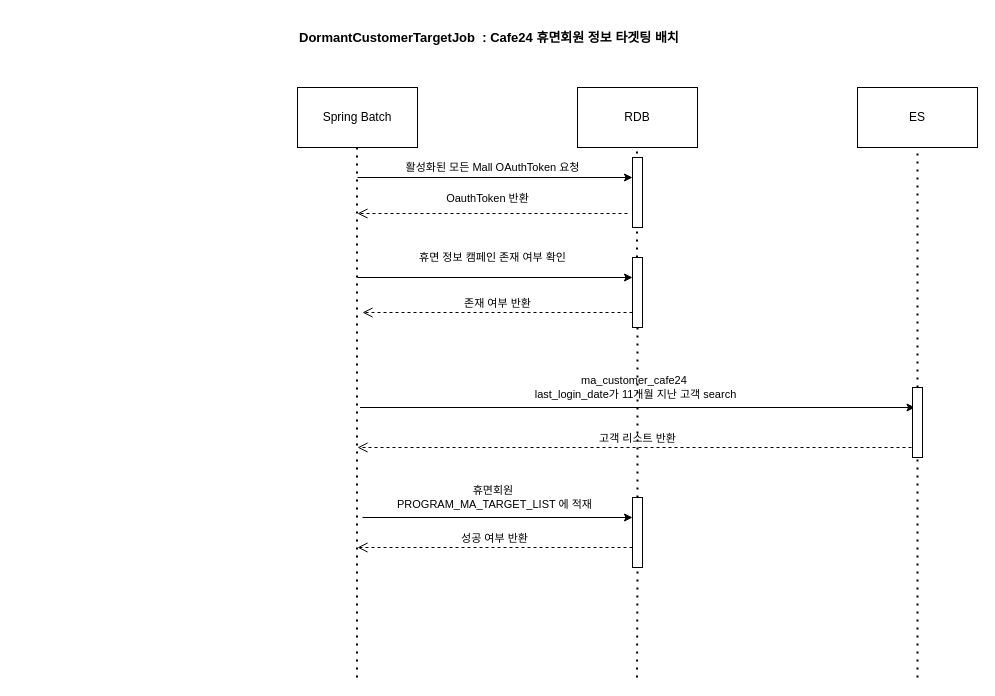
Earlier version of the draw.io diagram 휴면회원.drawio (jaero0725/draw_io). Source tidied: cells renumbered, new cells numbered last; positions are measured from the earlier drawing's top-left corner, leaving out a move shared by most shapes. Both pictures are drawn from the tidied source at 100%, with x=0, y=0 at pixel (297, 17).
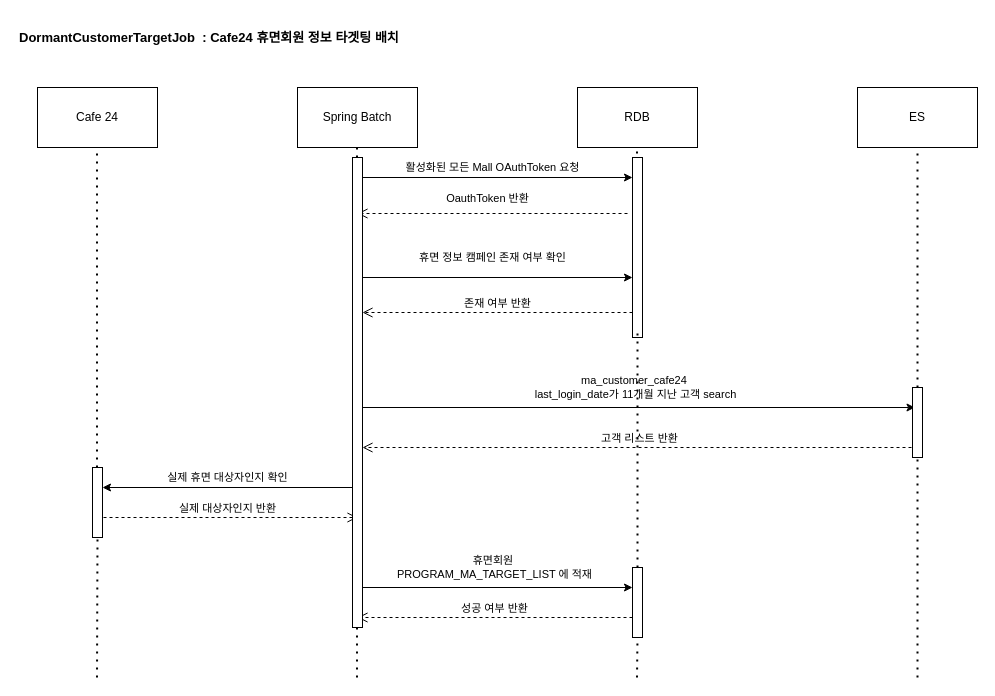
After the change.

Commit message:
휴면회원.drawio 업데이트

What changed in the source:
```diff
@@
     <mxCell id="8" value="휴면회원&amp;nbsp;&lt;br&gt;PROGRAM_MA_TARGET_LIST 에 적재" style="endArrow=classic;html=1;rounded=0;" parent="1" edge="1" target="23">
       <mxGeometry x="-0.02" y="20" relative="1" as="geometry">
-        <mxPoint x="65" y="500" as="sourcePoint" />
+        <mxPoint x="65" y="570" as="sourcePoint" />
       </mxGeometry>
     </mxCell>
-    <mxCell id="9" value="고객 리스트 반환" style="html=1;verticalAlign=bottom;endArrow=open;dashed=1;endSize=8;curved=0;rounded=0;" parent="1" edge="1">
+    <mxCell id="9" value="고객 리스트 반환" style="html=1;verticalAlign=bottom;endArrow=open;dashed=1;endSize=8;curved=0;rounded=0;" parent="1" edge="1" target="30">
       <mxGeometry relative="1" as="geometry">
         <mxPoint x="620" y="430" as="sourcePoint" />
-        <mxPoint x="60" y="430" as="targetPoint" />
       </mxGeometry>
     </mxCell>
     <mxCell id="10" value="DormantCustomerTargetJob&amp;nbsp; : Cafe24 휴면회원 정보 타겟팅 배치&amp;nbsp;" style="text;strokeColor=none;align=left;fillColor=none;html=1;verticalAlign=middle;whiteSpace=wrap;rounded=0;fontStyle=1;fontSize=13;" parent="1" vertex="1">
-      <mxGeometry width="430" height="40" as="geometry" />
+      <mxGeometry x="-280" width="430" height="40" as="geometry" />
     </mxCell>
@@
-    <mxCell id="12" style="endArrow=none;dashed=1;html=1;dashPattern=1 3;strokeWidth=2;rounded=0;entryX=0.5;entryY=1;entryDx=0;entryDy=0;" parent="1" edge="1" source="18">
+    <mxCell id="12" style="endArrow=none;dashed=1;html=1;dashPattern=1 3;strokeWidth=2;rounded=0;entryX=0.5;entryY=1;entryDx=0;entryDy=0;" parent="1" edge="1">
       <mxGeometry relative="1" as="geometry">
+        <mxPoint x="339.5" y="240" as="sourcePoint" />
         <mxPoint x="339.5" y="130" as="targetPoint" />
       </mxGeometry>
     </mxCell>
@@
     <mxCell id="16" style="html=1;points=[[0,0,0,0,5],[0,1,0,0,-5],[1,0,0,0,5],[1,1,0,0,-5]];perimeter=orthogonalPerimeter;outlineConnect=0;targetShapes=umlLifeline;portConstraint=eastwest;newEdgeStyle={&quot;curved&quot;:0,&quot;rounded&quot;:0};" parent="1" vertex="1">
-      <mxGeometry x="335" y="140" width="10" height="70" as="geometry" />
+      <mxGeometry x="335" y="140" width="10" height="180" as="geometry" />
     </mxCell>
-    <mxCell id="17" style="endArrow=none;dashed=1;html=1;dashPattern=1 3;strokeWidth=2;rounded=0;entryX=0.5;entryY=1;entryDx=0;entryDy=0;" parent="1" edge="1" source="23" target="18">
-      <mxGeometry relative="1" as="geometry" />
+    <mxCell id="17" style="endArrow=none;dashed=1;html=1;dashPattern=1 3;strokeWidth=2;rounded=0;entryX=0.5;entryY=1;entryDx=0;entryDy=0;" parent="1" edge="1" source="23">
+      <mxGeometry relative="1" as="geometry">
+        <mxPoint x="340" y="310" as="targetPoint" />
+      </mxGeometry>
     </mxCell>
-    <mxCell id="18" style="html=1;points=[[0,0,0,0,5],[0,1,0,0,-5],[1,0,0,0,5],[1,1,0,0,-5]];perimeter=orthogonalPerimeter;outlineConnect=0;targetShapes=umlLifeline;portConstraint=eastwest;newEdgeStyle={&quot;curved&quot;:0,&quot;rounded&quot;:0};" parent="1" vertex="1">
-      <mxGeometry x="335" y="240" width="10" height="70" as="geometry" />
-    </mxCell>
@@
     <mxCell id="21" value="성공 여부 반환" style="html=1;verticalAlign=bottom;endArrow=open;dashed=1;endSize=8;curved=0;rounded=0;" parent="1" edge="1">
       <mxGeometry relative="1" as="geometry">
-        <mxPoint x="335" y="530" as="sourcePoint" />
-        <mxPoint x="60" y="530" as="targetPoint" />
+        <mxPoint x="335" y="600" as="sourcePoint" />
+        <mxPoint x="60" y="600" as="targetPoint" />
       </mxGeometry>
     </mxCell>
@@
     <mxCell id="23" style="html=1;points=[[0,0,0,0,5],[0,1,0,0,-5],[1,0,0,0,5],[1,1,0,0,-5]];perimeter=orthogonalPerimeter;outlineConnect=0;targetShapes=umlLifeline;portConstraint=eastwest;newEdgeStyle={&quot;curved&quot;:0,&quot;rounded&quot;:0};" parent="1" vertex="1">
-      <mxGeometry x="335" y="480" width="10" height="70" as="geometry" />
+      <mxGeometry x="335" y="550" width="10" height="70" as="geometry" />
     </mxCell>
+    <mxCell id="24" value="Cafe 24" style="rounded=0;whiteSpace=wrap;html=1;" parent="1" vertex="1">
+      <mxGeometry x="-260" y="70" width="120" height="60" as="geometry" />
+    </mxCell>
+    <mxCell id="25" style="endArrow=none;dashed=1;html=1;dashPattern=1 3;strokeWidth=2;rounded=0;entryX=0.5;entryY=1;entryDx=0;entryDy=0;" parent="1" edge="1" source="29">
+      <mxGeometry relative="1" as="geometry">
+        <mxPoint x="-200.5" y="130" as="targetPoint" />
+      </mxGeometry>
+    </mxCell>
+    <mxCell id="26" value="실제 휴면 대상자인지 확인" style="endArrow=classic;html=1;rounded=0;" parent="1" edge="1" target="29">
+      <mxGeometry x="0.01" y="-10" relative="1" as="geometry">
+        <mxPoint x="58" y="470" as="sourcePoint" />
+      </mxGeometry>
+    </mxCell>
+    <mxCell id="27" value="실제 대상자인지 반환" style="html=1;verticalAlign=bottom;endArrow=open;dashed=1;endSize=8;curved=0;rounded=0;" parent="1" edge="1">
+      <mxGeometry relative="1" as="geometry">
+        <mxPoint x="-200" y="500" as="sourcePoint" />
+        <mxPoint x="60" y="500" as="targetPoint" />
+      </mxGeometry>
+    </mxCell>
+    <mxCell id="28" style="endArrow=none;dashed=1;html=1;dashPattern=1 3;strokeWidth=2;rounded=0;entryX=0.5;entryY=1;entryDx=0;entryDy=0;" parent="1" edge="1" target="29">
+      <mxGeometry relative="1" as="geometry">
+        <mxPoint x="-200.5" y="660" as="sourcePoint" />
+      </mxGeometry>
+    </mxCell>
+    <mxCell id="29" style="html=1;points=[[0,0,0,0,5],[0,1,0,0,-5],[1,0,0,0,5],[1,1,0,0,-5]];perimeter=orthogonalPerimeter;outlineConnect=0;targetShapes=umlLifeline;portConstraint=eastwest;newEdgeStyle={&quot;curved&quot;:0,&quot;rounded&quot;:0};" parent="1" vertex="1">
+      <mxGeometry x="-205" y="450" width="10" height="70" as="geometry" />
+    </mxCell>
+    <mxCell id="30" style="html=1;points=[[0,0,0,0,5],[0,1,0,0,-5],[1,0,0,0,5],[1,1,0,0,-5]];perimeter=orthogonalPerimeter;outlineConnect=0;targetShapes=umlLifeline;portConstraint=eastwest;newEdgeStyle={&quot;curved&quot;:0,&quot;rounded&quot;:0};" parent="1" vertex="1">
+      <mxGeometry x="55" y="140" width="10" height="470" as="geometry" />
+    </mxCell>
```
